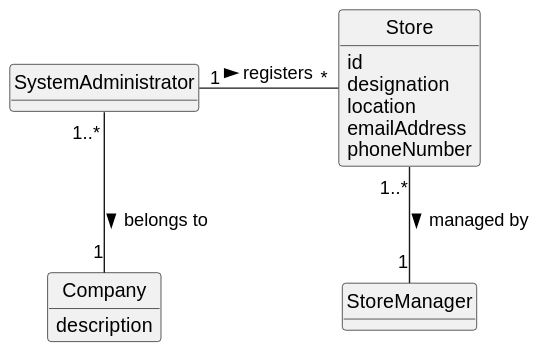
Rodrick0209/ISEP-LAPR2-22-23 keeps this PlantUML diagram as docs/Sprint-A/US005/02.analysis/svg/us005-domain-model.svg. Above is the earlier version.
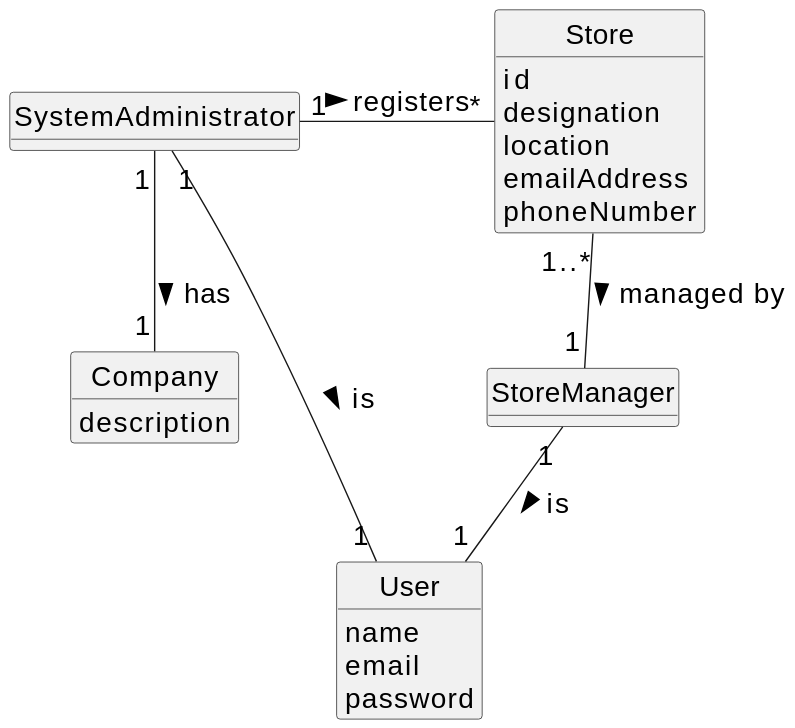
The same file after the commit.

Diff of the diagram source:
```diff
@@ -1,4 +1,5 @@
 @startuml
+skinparamlocked defaultFontSize 20
 skinparam monochrome true
 skinparam packageStyle rectangle
 skinparam shadowing false
@@ -21,7 +22,15 @@
     description
 }
 
+class User {
+    name
+    email
+    password
+}
+
+SystemAdministrator "1" -- "1" Company : has >
 SystemAdministrator "1" - "*" Store : registers >
-SystemAdministrator "1..*" -- "1" Company : belongs to >
 Store "1..*" -- "1" StoreManager : managed by >
+SystemAdministrator "1" -- "1" User : is >
+StoreManager "1" -- "1" User : is >
 @enduml
```
